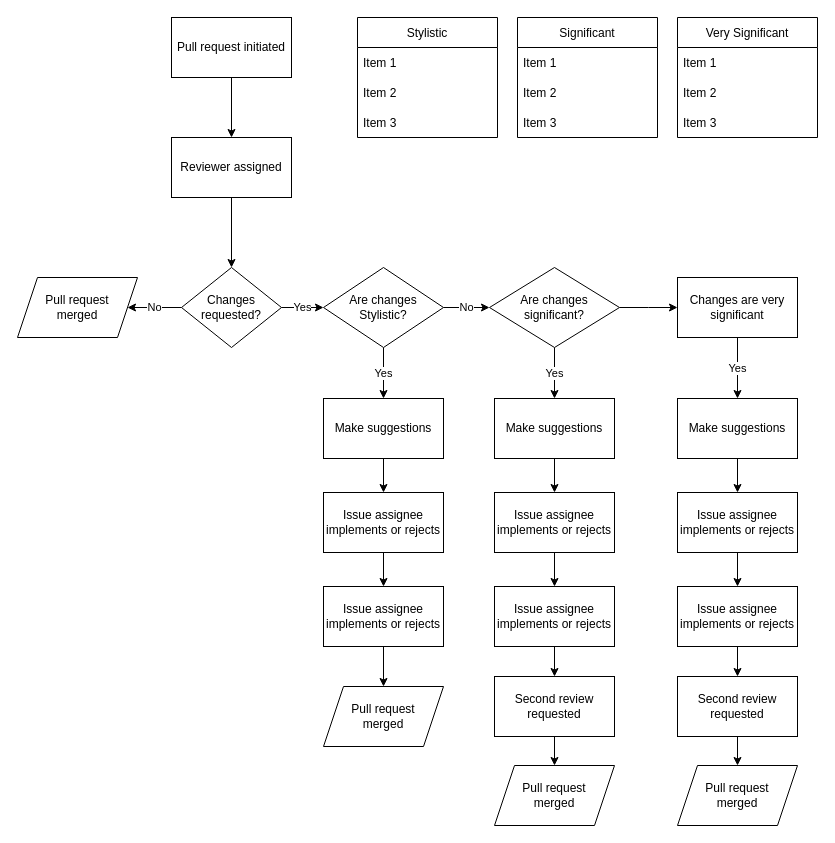
Above: reviewer_workflow.drawio in Defra-Data-Science-Centre-of-Excellence/sds-data-model (draw.io), before the change. Source tidied: cells renumbered, new cells numbered last; positions are measured from the earlier drawing's top-left corner, leaving out a move shared by most shapes. Both pictures are drawn from the tidied source at 100%, with x=0, y=0 at pixel (17, 17).
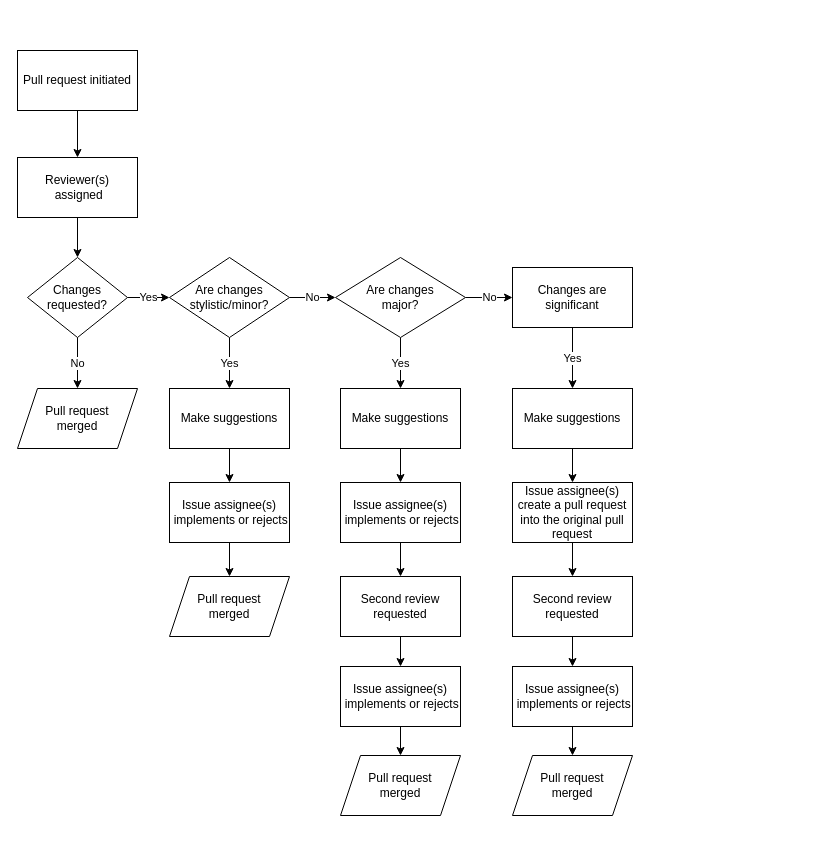
The same diagram, later.

The edit, as a diff of the source:
```diff
@@
     <mxCell id="2" value="Pull request initiated" style="rounded=0;whiteSpace=wrap;html=1;" parent="1" vertex="1">
-      <mxGeometry x="154" width="120" height="60" as="geometry" />
+      <mxGeometry y="33" width="120" height="60" as="geometry" />
     </mxCell>
     <mxCell id="3" value="Changes requested?" style="rhombus;whiteSpace=wrap;html=1;" parent="1" vertex="1">
-      <mxGeometry x="164" y="250" width="100" height="80" as="geometry" />
+      <mxGeometry x="10" y="240" width="100" height="80" as="geometry" />
     </mxCell>
-    <mxCell id="4" value="Reviewer assigned" style="rounded=0;whiteSpace=wrap;html=1;" parent="1" vertex="1">
-      <mxGeometry x="154" y="120" width="120" height="60" as="geometry" />
+    <mxCell id="4" value="Reviewer(s)&lt;br&gt;&amp;nbsp;assigned" style="rounded=0;whiteSpace=wrap;html=1;" parent="1" vertex="1">
+      <mxGeometry y="140" width="120" height="60" as="geometry" />
     </mxCell>
-    <mxCell id="5" value="No" style="endArrow=classic;html=1;rounded=0;entryX=1;entryY=0.5;entryDx=0;entryDy=0;exitX=0;exitY=0.5;exitDx=0;exitDy=0;" parent="1" edge="1" source="3" target="54">
+    <mxCell id="5" value="No" style="endArrow=classic;html=1;rounded=0;entryX=0.5;entryY=0;entryDx=0;entryDy=0;exitX=0.5;exitY=1;exitDx=0;exitDy=0;" parent="1" edge="1" source="3" target="54">
       <mxGeometry relative="1" as="geometry" />
     </mxCell>
@@
-    <mxCell id="10" value="Are changes Stylistic?" style="rhombus;whiteSpace=wrap;html=1;" parent="1" vertex="1">
-      <mxGeometry x="306" y="250" width="120" height="80" as="geometry" />
+    <mxCell id="10" value="Are changes stylistic/minor?" style="rhombus;whiteSpace=wrap;html=1;" parent="1" vertex="1">
+      <mxGeometry x="152" y="240" width="120" height="80" as="geometry" />
     </mxCell>
@@
     <mxCell id="13" value="Make suggestions" style="rounded=0;whiteSpace=wrap;html=1;" parent="1" vertex="1">
-      <mxGeometry x="306" y="381" width="120" height="60" as="geometry" />
+      <mxGeometry x="152" y="371" width="120" height="60" as="geometry" />
     </mxCell>
-    <mxCell id="14" style="edgeStyle=orthogonalEdgeStyle;rounded=0;jettySize=auto;html=1;" parent="1" edge="1" source="15" target="18">
-      <mxGeometry relative="1" as="geometry" />
-    </mxCell>
-    <mxCell id="15" value="Issue assignee implements or rejects" style="rounded=0;whiteSpace=wrap;html=1;" parent="1" vertex="1">
-      <mxGeometry x="306" y="475" width="120" height="60" as="geometry" />
+    <mxCell id="15" value="Issue assignee(s)&lt;br&gt;&amp;nbsp;implements or rejects" style="rounded=0;whiteSpace=wrap;html=1;" parent="1" vertex="1">
+      <mxGeometry x="152" y="465" width="120" height="60" as="geometry" />
     </mxCell>
     <mxCell id="16" value="Pull request &lt;br&gt;merged" style="shape=parallelogram;perimeter=parallelogramPerimeter;whiteSpace=wrap;html=1;fixedSize=1;" parent="1" vertex="1">
-      <mxGeometry x="306" y="669" width="120" height="60" as="geometry" />
+      <mxGeometry x="152" y="559" width="120" height="60" as="geometry" />
     </mxCell>
-    <mxCell id="17" style="edgeStyle=orthogonalEdgeStyle;rounded=0;jettySize=auto;html=1;" parent="1" edge="1" source="18" target="16">
+    <mxCell id="17" style="edgeStyle=orthogonalEdgeStyle;rounded=0;jettySize=auto;html=1;exitX=0.5;exitY=1;exitDx=0;exitDy=0;" parent="1" edge="1" source="15" target="16">
       <mxGeometry relative="1" as="geometry" />
     </mxCell>
-    <mxCell id="18" value="Issue assignee implements or rejects" style="rounded=0;whiteSpace=wrap;html=1;" parent="1" vertex="1">
-      <mxGeometry x="306" y="569" width="120" height="60" as="geometry" />
-    </mxCell>
-    <mxCell id="19" value="Very Significant" style="swimlane;fontStyle=0;horizontal=1;startSize=30;" parent="1" vertex="1">
-      <mxGeometry x="660" width="140" height="120" as="geometry" />
-    </mxCell>
-    <mxCell id="20" value="Item 1" style="text;strokeColor=none;fillColor=none;align=left;verticalAlign=middle;spacingLeft=4;spacingRight=4;overflow=hidden;" parent="19" vertex="1">
-      <mxGeometry y="30" width="140" height="30" as="geometry" />
-    </mxCell>
-    <mxCell id="21" value="Item 2" style="text;strokeColor=none;fillColor=none;align=left;verticalAlign=middle;spacingLeft=4;spacingRight=4;overflow=hidden;" parent="19" vertex="1">
-      <mxGeometry y="60" width="140" height="30" as="geometry" />
-    </mxCell>
-    <mxCell id="22" value="Item 3" style="text;strokeColor=none;fillColor=none;align=left;verticalAlign=middle;spacingLeft=4;spacingRight=4;overflow=hidden;" parent="19" vertex="1">
-      <mxGeometry y="90" width="140" height="30" as="geometry" />
-    </mxCell>
-    <mxCell id="23" value="Stylistic" style="swimlane;fontStyle=0;horizontal=1;startSize=30;" parent="1" vertex="1">
-      <mxGeometry x="340" width="140" height="120" as="geometry" />
-    </mxCell>
-    <mxCell id="24" value="Item 1" style="text;strokeColor=none;fillColor=none;align=left;verticalAlign=middle;spacingLeft=4;spacingRight=4;overflow=hidden;" parent="23" vertex="1">
-      <mxGeometry y="30" width="140" height="30" as="geometry" />
-    </mxCell>
-    <mxCell id="25" value="Item 2" style="text;strokeColor=none;fillColor=none;align=left;verticalAlign=middle;spacingLeft=4;spacingRight=4;overflow=hidden;" parent="23" vertex="1">
-      <mxGeometry y="60" width="140" height="30" as="geometry" />
-    </mxCell>
-    <mxCell id="26" value="Item 3" style="text;strokeColor=none;fillColor=none;align=left;verticalAlign=middle;spacingLeft=4;spacingRight=4;overflow=hidden;" parent="23" vertex="1">
-      <mxGeometry y="90" width="140" height="30" as="geometry" />
-    </mxCell>
-    <mxCell id="27" value="Significant" style="swimlane;fontStyle=0;horizontal=1;startSize=30;" parent="1" vertex="1">
-      <mxGeometry x="500" width="140" height="120" as="geometry" />
-    </mxCell>
-    <mxCell id="28" value="Item 1" style="text;strokeColor=none;fillColor=none;align=left;verticalAlign=middle;spacingLeft=4;spacingRight=4;overflow=hidden;" parent="27" vertex="1">
-      <mxGeometry y="30" width="140" height="30" as="geometry" />
-    </mxCell>
-    <mxCell id="29" value="Item 2" style="text;strokeColor=none;fillColor=none;align=left;verticalAlign=middle;spacingLeft=4;spacingRight=4;overflow=hidden;" parent="27" vertex="1">
-      <mxGeometry y="60" width="140" height="30" as="geometry" />
-    </mxCell>
-    <mxCell id="30" value="Item 3" style="text;strokeColor=none;fillColor=none;align=left;verticalAlign=middle;spacingLeft=4;spacingRight=4;overflow=hidden;" parent="27" vertex="1">
-      <mxGeometry y="90" width="140" height="30" as="geometry" />
-    </mxCell>
@@
-    <mxCell id="32" style="edgeStyle=orthogonalEdgeStyle;rounded=0;jettySize=auto;html=1;" parent="1" edge="1" source="33">
-      <mxGeometry relative="1" as="geometry">
-        <mxPoint x="660" y="290" as="targetPoint" />
-      </mxGeometry>
+    <mxCell id="32" value="No" style="edgeStyle=orthogonalEdgeStyle;rounded=0;jettySize=auto;html=1;entryX=0;entryY=0.5;entryDx=0;entryDy=0;" parent="1" edge="1" source="33" target="53">
+      <mxGeometry relative="1" as="geometry" />
     </mxCell>
-    <mxCell id="33" value="Are changes &lt;br&gt;significant?" style="rhombus;whiteSpace=wrap;html=1;" parent="1" vertex="1">
-      <mxGeometry x="472" y="250" width="130" height="80" as="geometry" />
+    <mxCell id="33" value="Are changes &lt;br&gt;major?" style="rhombus;whiteSpace=wrap;html=1;" parent="1" vertex="1">
+      <mxGeometry x="318" y="240" width="130" height="80" as="geometry" />
     </mxCell>
@@
     <mxCell id="35" value="Make suggestions" style="rounded=0;whiteSpace=wrap;html=1;" parent="1" vertex="1">
-      <mxGeometry x="477" y="381" width="120" height="60" as="geometry" />
+      <mxGeometry x="323" y="371" width="120" height="60" as="geometry" />
     </mxCell>
@@
-    <mxCell id="37" value="Issue assignee implements or rejects" style="rounded=0;whiteSpace=wrap;html=1;" parent="1" vertex="1">
-      <mxGeometry x="477" y="475" width="120" height="60" as="geometry" />
+    <mxCell id="37" value="Issue assignee(s)&lt;br&gt;&amp;nbsp;implements or rejects" style="rounded=0;whiteSpace=wrap;html=1;" parent="1" vertex="1">
+      <mxGeometry x="323" y="465" width="120" height="60" as="geometry" />
     </mxCell>
     <mxCell id="38" value="Pull request &lt;br&gt;merged" style="shape=parallelogram;perimeter=parallelogramPerimeter;whiteSpace=wrap;html=1;fixedSize=1;" parent="1" vertex="1">
-      <mxGeometry x="477" y="748" width="120" height="60" as="geometry" />
+      <mxGeometry x="323" y="738" width="120" height="60" as="geometry" />
     </mxCell>
@@
-    <mxCell id="40" value="Issue assignee implements or rejects" style="rounded=0;whiteSpace=wrap;html=1;" parent="1" vertex="1">
-      <mxGeometry x="477" y="569" width="120" height="60" as="geometry" />
+    <mxCell id="40" value="Second review requested" style="rounded=0;whiteSpace=wrap;html=1;" parent="1" vertex="1">
+      <mxGeometry x="323" y="559" width="120" height="60" as="geometry" />
     </mxCell>
@@
-    <mxCell id="42" value="Second review requested" style="rounded=0;whiteSpace=wrap;html=1;" parent="1" vertex="1">
-      <mxGeometry x="477" y="659" width="120" height="60" as="geometry" />
+    <mxCell id="42" value="Issue assignee(s)&lt;br&gt;&amp;nbsp;implements or rejects" style="rounded=0;whiteSpace=wrap;html=1;" parent="1" vertex="1">
+      <mxGeometry x="323" y="649" width="120" height="60" as="geometry" />
     </mxCell>
@@
     <mxCell id="45" value="Make suggestions" style="rounded=0;whiteSpace=wrap;html=1;" parent="1" vertex="1">
-      <mxGeometry x="660" y="381" width="120" height="60" as="geometry" />
+      <mxGeometry x="495" y="371" width="120" height="60" as="geometry" />
     </mxCell>
@@
-    <mxCell id="47" value="Issue assignee implements or rejects" style="rounded=0;whiteSpace=wrap;html=1;" parent="1" vertex="1">
-      <mxGeometry x="660" y="475" width="120" height="60" as="geometry" />
+    <mxCell id="47" value="Issue assignee(s) create a pull request into the original pull request" style="rounded=0;whiteSpace=wrap;html=1;" parent="1" vertex="1">
+      <mxGeometry x="495" y="465" width="120" height="60" as="geometry" />
     </mxCell>
     <mxCell id="48" value="Pull request &lt;br&gt;merged" style="shape=parallelogram;perimeter=parallelogramPerimeter;whiteSpace=wrap;html=1;fixedSize=1;" parent="1" vertex="1">
-      <mxGeometry x="660" y="748" width="120" height="60" as="geometry" />
+      <mxGeometry x="495" y="738" width="120" height="60" as="geometry" />
     </mxCell>
@@
-    <mxCell id="50" value="Issue assignee implements or rejects" style="rounded=0;whiteSpace=wrap;html=1;" parent="1" vertex="1">
-      <mxGeometry x="660" y="569" width="120" height="60" as="geometry" />
+    <mxCell id="50" value="Second review requested" style="rounded=0;whiteSpace=wrap;html=1;" parent="1" vertex="1">
+      <mxGeometry x="495" y="559" width="120" height="60" as="geometry" />
     </mxCell>
@@
-    <mxCell id="52" value="Second review requested" style="rounded=0;whiteSpace=wrap;html=1;" parent="1" vertex="1">
-      <mxGeometry x="660" y="659" width="120" height="60" as="geometry" />
+    <mxCell id="52" value="Issue assignee(s)&lt;br&gt;&amp;nbsp;implements or rejects" style="rounded=0;whiteSpace=wrap;html=1;" parent="1" vertex="1">
+      <mxGeometry x="495" y="649" width="120" height="60" as="geometry" />
     </mxCell>
-    <mxCell id="53" value="Changes are very significant" style="rounded=0;whiteSpace=wrap;html=1;" parent="1" vertex="1">
-      <mxGeometry x="660" y="260" width="120" height="60" as="geometry" />
+    <mxCell id="53" value="Changes are significant" style="rounded=0;whiteSpace=wrap;html=1;" parent="1" vertex="1">
+      <mxGeometry x="495" y="250" width="120" height="60" as="geometry" />
     </mxCell>
     <mxCell id="54" value="Pull request &lt;br&gt;merged" style="shape=parallelogram;perimeter=parallelogramPerimeter;whiteSpace=wrap;html=1;fixedSize=1;" parent="1" vertex="1">
-      <mxGeometry y="260" width="120" height="60" as="geometry" />
+      <mxGeometry y="371" width="120" height="60" as="geometry" />
     </mxCell>
```
